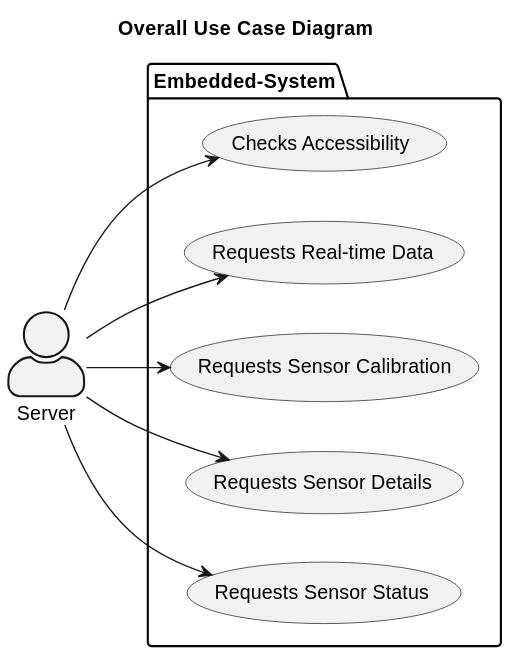
DSD-PIrates/DSD-PIrates.github.io keeps this PlantUML diagram as project/RA/UseCasePack/UseCaseDiagram/combination.svg. Above is the earlier version.
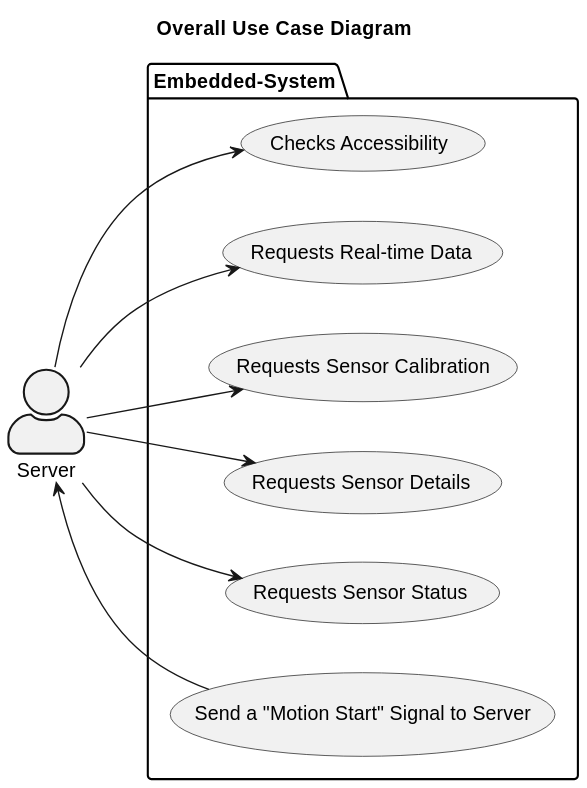
Above is the later version.

Commit message:
add Use Case:  Send a "Motion Start" Signal to Server

Change to the diagram source:
```diff
@@ -10,6 +10,7 @@
     usecase "Requests Sensor Calibration" as RSC
     usecase "Requests Sensor Details" as RSD
     usecase "Requests Sensor Status" as RSS
+    usecase "Send a "Motion Start" Signal to Server" as MS
 }
 
 Server --> CA
@@ -17,6 +18,7 @@
 Server --> RSC
 Server --> RSD
 Server --> RSS
+Server <-- MS
 
 
 
```
